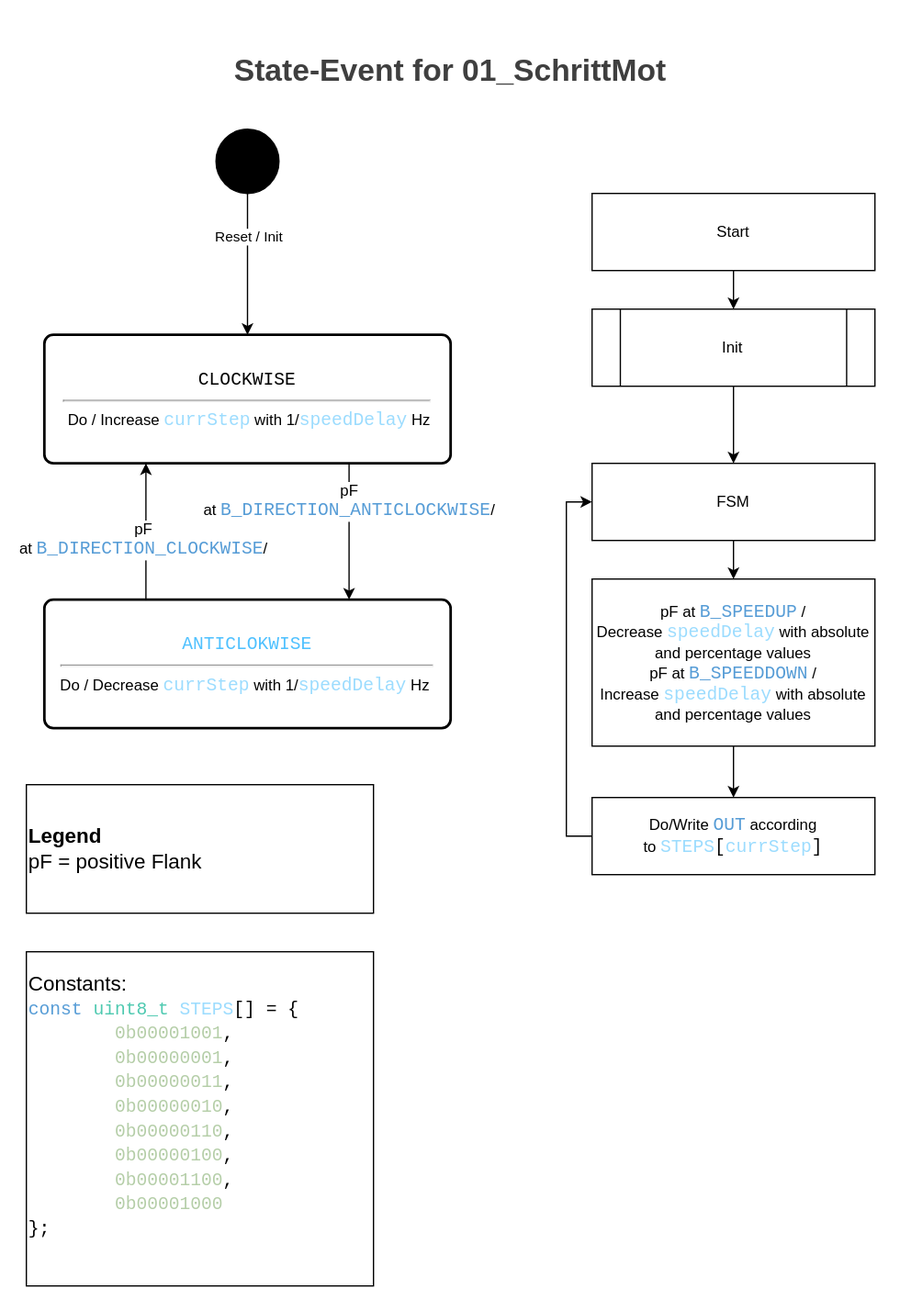
Earlier version of the draw.io export readme/State-Event.svg (ml3rc/01_SchrittMot). Source tidied: cells renumbered, new cells last; positions are measured from the earlier drawing's top-left corner, leaving out a move shared by most shapes.
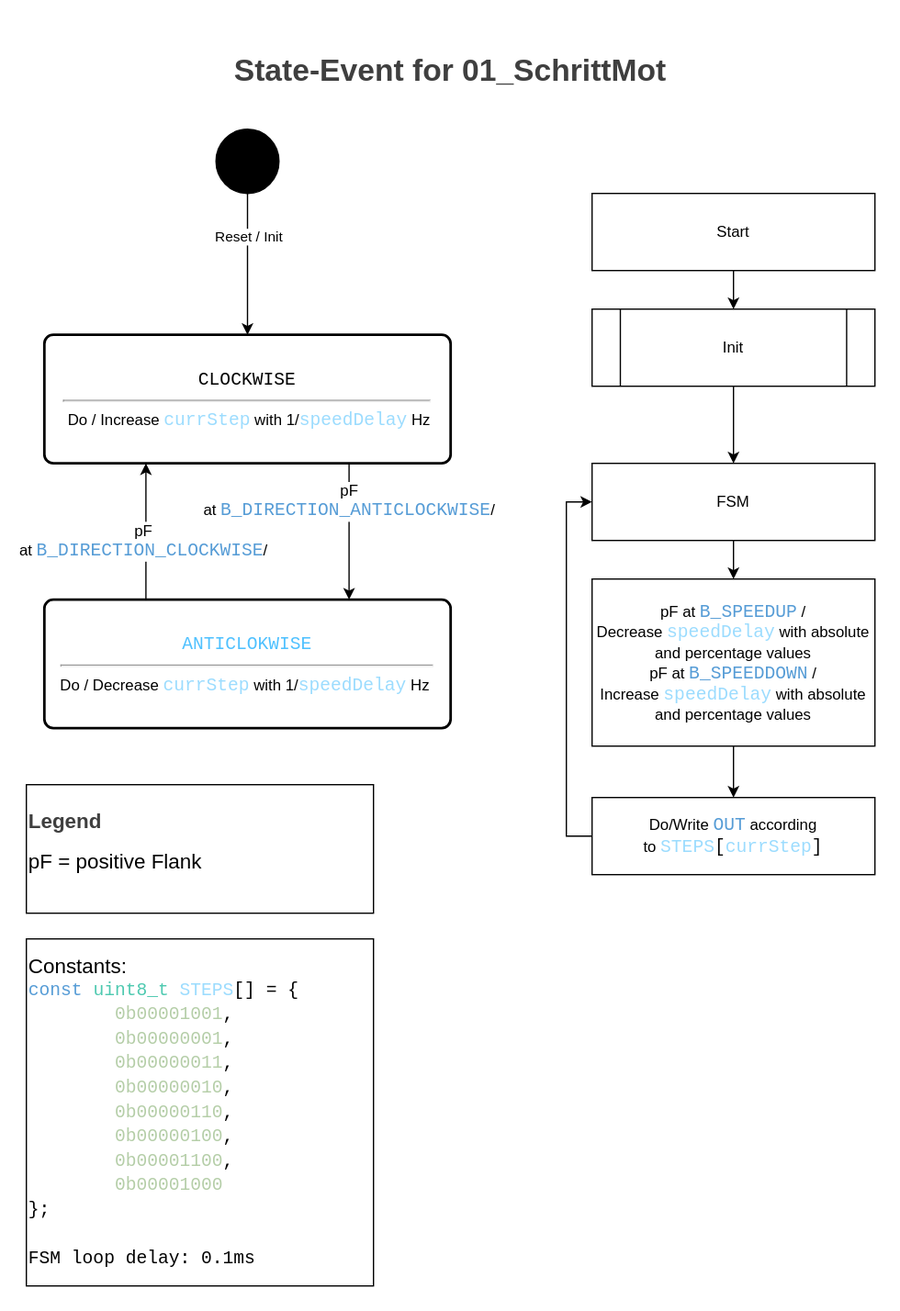
Above is the later version.

Diff of the diagram source:
```diff
@@ -30,7 +30,7 @@
     <mxCell id="9" value="&lt;h1&gt;&lt;br&gt;&lt;/h1&gt;" style="text;html=1;align=center;verticalAlign=middle;strokeColor=none;fillColor=none;" parent="1" vertex="1">
       <mxGeometry x="110" width="20" height="70" as="geometry" />
     </mxCell>
-    <mxCell id="10" value="&lt;div style=&quot;&quot;&gt;&lt;font size=&quot;3&quot;&gt;&lt;b&gt;Legend&lt;/b&gt;&lt;/font&gt;&lt;/div&gt;&lt;div style=&quot;&quot;&gt;&lt;font size=&quot;3&quot;&gt;pF = positive Flank&lt;/font&gt;&lt;/div&gt;" style="html=1;whiteSpace=wrap;align=left;" parent="1" vertex="1">
+    <mxCell id="10" value="&lt;b style=&quot;font-size: medium; background-color: light-dark(#ffffff, var(--ge-dark-color, #121212)); color: rgb(63, 63, 63);&quot;&gt;Legend&lt;/b&gt;&lt;br&gt;&lt;p style=&quot;&quot;&gt;&lt;font style=&quot;background-color: light-dark(#ffffff, var(--ge-dark-color, #121212));&quot; size=&quot;3&quot;&gt;pF = positive Flank&lt;/font&gt;&lt;/p&gt;" style="html=1;whiteSpace=wrap;align=left;" parent="1" vertex="1">
       <mxGeometry x="20" y="610" width="270" height="100" as="geometry" />
     </mxCell>
     <mxCell id="11" style="ellipse;fillColor=strokeColor;html=1;strokeColor=default;" parent="1" vertex="1">
@@ -47,8 +47,8 @@
     <mxCell id="14" value="&lt;div style=&quot;color: rgb(204, 204, 204); font-family: Consolas, &amp;quot;Courier New&amp;quot;, monospace; font-size: 14px; line-height: 19px; white-space: pre;&quot;&gt;&lt;div style=&quot;line-height: 19px;&quot;&gt;&lt;span style=&quot;color: rgb(79, 193, 255);&quot;&gt;ANTICLOKWISE&lt;/span&gt;&lt;/div&gt;&lt;/div&gt;&lt;hr&gt;&lt;div&gt;Do / Decrease&amp;nbsp;&lt;span style=&quot;color: rgb(156, 220, 254); font-family: Consolas, &amp;quot;Courier New&amp;quot;, monospace; font-size: 14px; white-space: pre;&quot;&gt;currStep&lt;/span&gt;&lt;span style=&quot;background-color: initial;&quot;&gt;&amp;nbsp;with 1/&lt;/span&gt;&lt;span style=&quot;color: rgb(156, 220, 254); font-family: Consolas, &amp;quot;Courier New&amp;quot;, monospace; font-size: 14px; white-space: pre;&quot;&gt;speedDelay&lt;/span&gt;&amp;nbsp;Hz&lt;span style=&quot;background-color: initial;&quot;&gt;&amp;nbsp;&lt;/span&gt;&lt;/div&gt;" style="rounded=1;whiteSpace=wrap;html=1;absoluteArcSize=1;arcSize=14;strokeWidth=2;" parent="1" vertex="1">
       <mxGeometry x="34" y="466" width="316" height="100" as="geometry" />
     </mxCell>
-    <mxCell id="15" value="&lt;div style=&quot;&quot;&gt;&lt;span style=&quot;font-size: medium; background-color: initial;&quot;&gt;&lt;font&gt;Constants:&lt;/font&gt;&lt;/span&gt;&lt;/div&gt;&lt;div style=&quot;&quot;&gt;&lt;div style=&quot;font-family: Consolas, &amp;quot;Courier New&amp;quot;, monospace; font-size: 14px; line-height: 19px; white-space: pre;&quot;&gt;&lt;div style=&quot;line-height: 19px;&quot;&gt;&lt;div style=&quot;&quot;&gt;&lt;font&gt;&lt;span style=&quot;color: rgb(86, 156, 214);&quot;&gt;const&lt;/span&gt;&lt;font&gt; &lt;/font&gt;&lt;span style=&quot;color: rgb(78, 201, 176);&quot;&gt;uint8_t&lt;/span&gt;&lt;font&gt; &lt;/font&gt;&lt;span style=&quot;color: rgb(156, 220, 254);&quot;&gt;STEPS&lt;/span&gt;&lt;span&gt;&lt;font&gt;[]&lt;/font&gt;&lt;/span&gt;&lt;font&gt; &lt;/font&gt;&lt;font&gt;&lt;font&gt;= &lt;/font&gt;&lt;font&gt;{&lt;/font&gt;&lt;/font&gt;&lt;/font&gt;&lt;/div&gt;&lt;div style=&quot;&quot;&gt;&lt;span&gt;&lt;font&gt;&amp;nbsp; &amp;nbsp; &amp;nbsp; &amp;nbsp; &lt;span style=&quot;color: rgb(181, 206, 168);&quot;&gt;0b00001001&lt;/span&gt;,&lt;/font&gt;&lt;/span&gt;&lt;/div&gt;&lt;div style=&quot;&quot;&gt;&lt;span&gt;&lt;font&gt;&amp;nbsp; &amp;nbsp; &amp;nbsp; &amp;nbsp; &lt;span style=&quot;color: rgb(181, 206, 168);&quot;&gt;0b00000001&lt;/span&gt;,&lt;/font&gt;&lt;/span&gt;&lt;/div&gt;&lt;div style=&quot;&quot;&gt;&lt;span&gt;&lt;font&gt;&amp;nbsp; &amp;nbsp; &amp;nbsp; &amp;nbsp; &lt;span style=&quot;color: rgb(181, 206, 168);&quot;&gt;0b00000011&lt;/span&gt;,&lt;/font&gt;&lt;/span&gt;&lt;/div&gt;&lt;div style=&quot;&quot;&gt;&lt;span&gt;&lt;font&gt;&amp;nbsp; &amp;nbsp; &amp;nbsp; &amp;nbsp; &lt;span style=&quot;color: rgb(181, 206, 168);&quot;&gt;0b00000010&lt;/span&gt;,&lt;/font&gt;&lt;/span&gt;&lt;/div&gt;&lt;div style=&quot;&quot;&gt;&lt;span&gt;&lt;font&gt;&amp;nbsp; &amp;nbsp; &amp;nbsp; &amp;nbsp; &lt;span style=&quot;color: rgb(181, 206, 168);&quot;&gt;0b00000110&lt;/span&gt;,&lt;/font&gt;&lt;/span&gt;&lt;/div&gt;&lt;div style=&quot;&quot;&gt;&lt;span&gt;&lt;font&gt;&amp;nbsp; &amp;nbsp; &amp;nbsp; &amp;nbsp; &lt;span style=&quot;color: rgb(181, 206, 168);&quot;&gt;0b00000100&lt;/span&gt;,&lt;/font&gt;&lt;/span&gt;&lt;/div&gt;&lt;div style=&quot;&quot;&gt;&lt;span&gt;&lt;font&gt;&amp;nbsp; &amp;nbsp; &amp;nbsp; &amp;nbsp; &lt;span style=&quot;color: rgb(181, 206, 168);&quot;&gt;0b00001100&lt;/span&gt;,&lt;/font&gt;&lt;/span&gt;&lt;/div&gt;&lt;div style=&quot;&quot;&gt;&lt;span&gt;&lt;font&gt;&amp;nbsp; &amp;nbsp; &amp;nbsp; &amp;nbsp; &lt;span style=&quot;color: rgb(181, 206, 168);&quot;&gt;0b00001000&lt;/span&gt;&lt;/font&gt;&lt;/span&gt;&lt;/div&gt;&lt;div style=&quot;&quot;&gt;&lt;span&gt;&lt;font&gt;};&lt;/font&gt;&lt;/span&gt;&lt;/div&gt;&lt;/div&gt;&lt;/div&gt;&lt;/div&gt;&lt;div style=&quot;&quot;&gt;&lt;span style=&quot;font-size: medium; background-color: initial;&quot;&gt;&lt;br&gt;&lt;/span&gt;&lt;/div&gt;" style="html=1;whiteSpace=wrap;align=left;" parent="1" vertex="1">
-      <mxGeometry x="20" y="740" width="270" height="260" as="geometry" />
+    <mxCell id="15" value="&lt;div style=&quot;&quot;&gt;&lt;span style=&quot;font-size: medium; background-color: initial;&quot;&gt;&lt;font&gt;Constants:&lt;/font&gt;&lt;/span&gt;&lt;/div&gt;&lt;div style=&quot;&quot;&gt;&lt;div style=&quot;font-family: Consolas, &amp;quot;Courier New&amp;quot;, monospace; font-size: 14px; line-height: 19px; white-space: pre;&quot;&gt;&lt;div style=&quot;line-height: 19px;&quot;&gt;&lt;div style=&quot;&quot;&gt;&lt;font&gt;&lt;span style=&quot;color: rgb(86, 156, 214);&quot;&gt;const&lt;/span&gt;&lt;font&gt; &lt;/font&gt;&lt;span style=&quot;color: rgb(78, 201, 176);&quot;&gt;uint8_t&lt;/span&gt;&lt;font&gt; &lt;/font&gt;&lt;span style=&quot;color: rgb(156, 220, 254);&quot;&gt;STEPS&lt;/span&gt;&lt;span&gt;&lt;font&gt;[]&lt;/font&gt;&lt;/span&gt;&lt;font&gt; &lt;/font&gt;&lt;font&gt;&lt;font&gt;= &lt;/font&gt;&lt;font&gt;{&lt;/font&gt;&lt;/font&gt;&lt;/font&gt;&lt;/div&gt;&lt;div style=&quot;&quot;&gt;&lt;span&gt;&lt;font&gt;&amp;nbsp; &amp;nbsp; &amp;nbsp; &amp;nbsp; &lt;span style=&quot;color: rgb(181, 206, 168);&quot;&gt;0b00001001&lt;/span&gt;,&lt;/font&gt;&lt;/span&gt;&lt;/div&gt;&lt;div style=&quot;&quot;&gt;&lt;span&gt;&lt;font&gt;&amp;nbsp; &amp;nbsp; &amp;nbsp; &amp;nbsp; &lt;span style=&quot;color: rgb(181, 206, 168);&quot;&gt;0b00000001&lt;/span&gt;,&lt;/font&gt;&lt;/span&gt;&lt;/div&gt;&lt;div style=&quot;&quot;&gt;&lt;span&gt;&lt;font&gt;&amp;nbsp; &amp;nbsp; &amp;nbsp; &amp;nbsp; &lt;span style=&quot;color: rgb(181, 206, 168);&quot;&gt;0b00000011&lt;/span&gt;,&lt;/font&gt;&lt;/span&gt;&lt;/div&gt;&lt;div style=&quot;&quot;&gt;&lt;span&gt;&lt;font&gt;&amp;nbsp; &amp;nbsp; &amp;nbsp; &amp;nbsp; &lt;span style=&quot;color: rgb(181, 206, 168);&quot;&gt;0b00000010&lt;/span&gt;,&lt;/font&gt;&lt;/span&gt;&lt;/div&gt;&lt;div style=&quot;&quot;&gt;&lt;span&gt;&lt;font&gt;&amp;nbsp; &amp;nbsp; &amp;nbsp; &amp;nbsp; &lt;span style=&quot;color: rgb(181, 206, 168);&quot;&gt;0b00000110&lt;/span&gt;,&lt;/font&gt;&lt;/span&gt;&lt;/div&gt;&lt;div style=&quot;&quot;&gt;&lt;span&gt;&lt;font&gt;&amp;nbsp; &amp;nbsp; &amp;nbsp; &amp;nbsp; &lt;span style=&quot;color: rgb(181, 206, 168);&quot;&gt;0b00000100&lt;/span&gt;,&lt;/font&gt;&lt;/span&gt;&lt;/div&gt;&lt;div style=&quot;&quot;&gt;&lt;span&gt;&lt;font&gt;&amp;nbsp; &amp;nbsp; &amp;nbsp; &amp;nbsp; &lt;span style=&quot;color: rgb(181, 206, 168);&quot;&gt;0b00001100&lt;/span&gt;,&lt;/font&gt;&lt;/span&gt;&lt;/div&gt;&lt;div style=&quot;&quot;&gt;&lt;span&gt;&lt;font&gt;&amp;nbsp; &amp;nbsp; &amp;nbsp; &amp;nbsp; &lt;span style=&quot;color: rgb(181, 206, 168);&quot;&gt;0b00001000&lt;/span&gt;&lt;/font&gt;&lt;/span&gt;&lt;/div&gt;&lt;div style=&quot;&quot;&gt;&lt;span&gt;&lt;font&gt;};&lt;/font&gt;&lt;/span&gt;&lt;/div&gt;&lt;div style=&quot;&quot;&gt;&lt;span&gt;&lt;font&gt;&lt;br&gt;&lt;/font&gt;&lt;/span&gt;&lt;/div&gt;&lt;div style=&quot;&quot;&gt;FSM loop delay: 0.1ms&lt;/div&gt;&lt;/div&gt;&lt;/div&gt;&lt;/div&gt;" style="html=1;whiteSpace=wrap;align=left;" parent="1" vertex="1">
+      <mxGeometry x="20" y="730" width="270" height="270" as="geometry" />
     </mxCell>
     <mxCell id="16" style="edgeStyle=orthogonalEdgeStyle;rounded=0;jettySize=auto;html=1;exitX=0.5;exitY=1;exitDx=0;exitDy=0;entryX=0.5;entryY=0;entryDx=0;entryDy=0;" parent="1" edge="1" source="17" target="18">
       <mxGeometry relative="1" as="geometry" />
```
